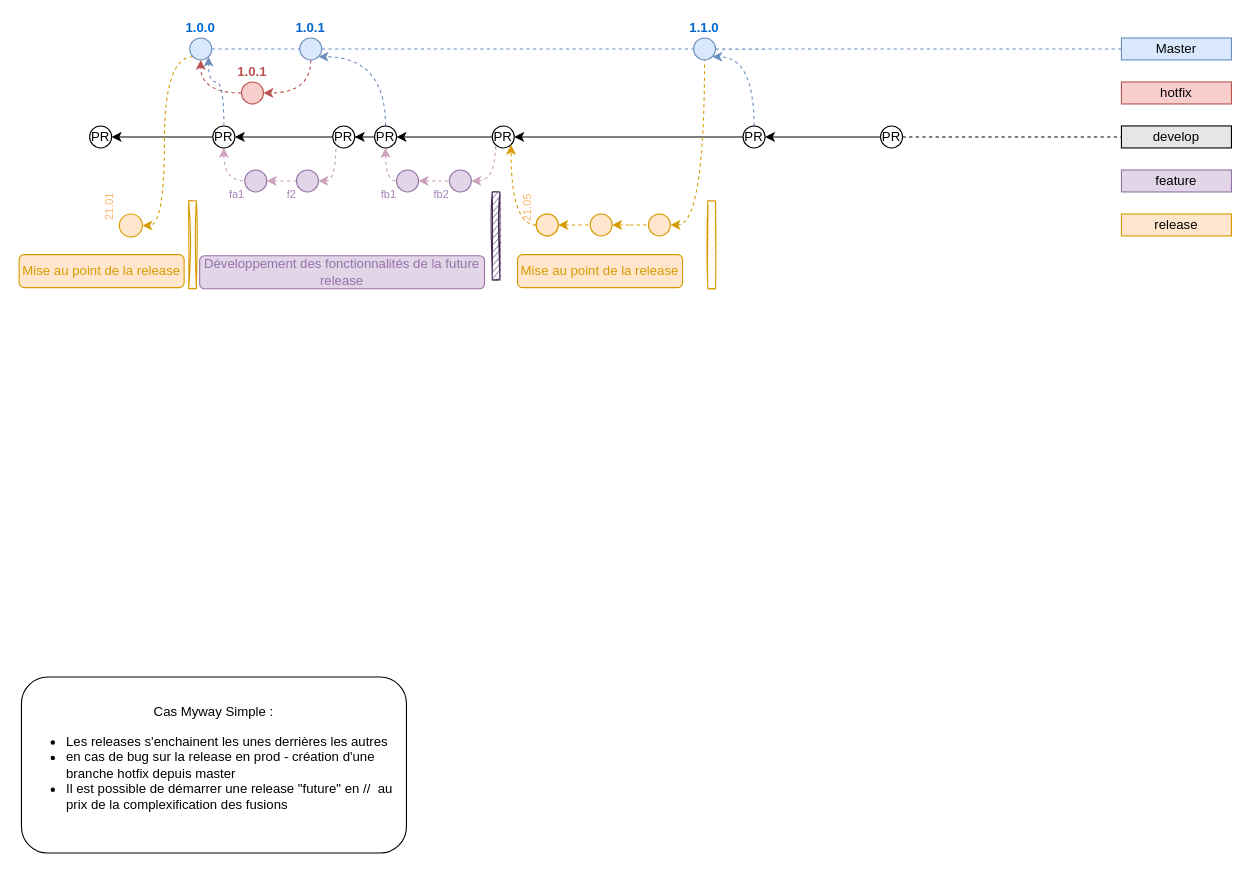
Earlier version of the draw.io diagram page "mw-roa-rel-alt-dev-mysys" (6 of 7) of Untitled Diagram.drawio (salmen/gitflowdiagram). Source tidied: cells renumbered, new cells numbered last; positions are measured from the earlier drawing's top-left corner, leaving out a move shared by most shapes. Both pictures are drawn from the tidied source at 110%, with x=0, y=0 at pixel (19, 37).
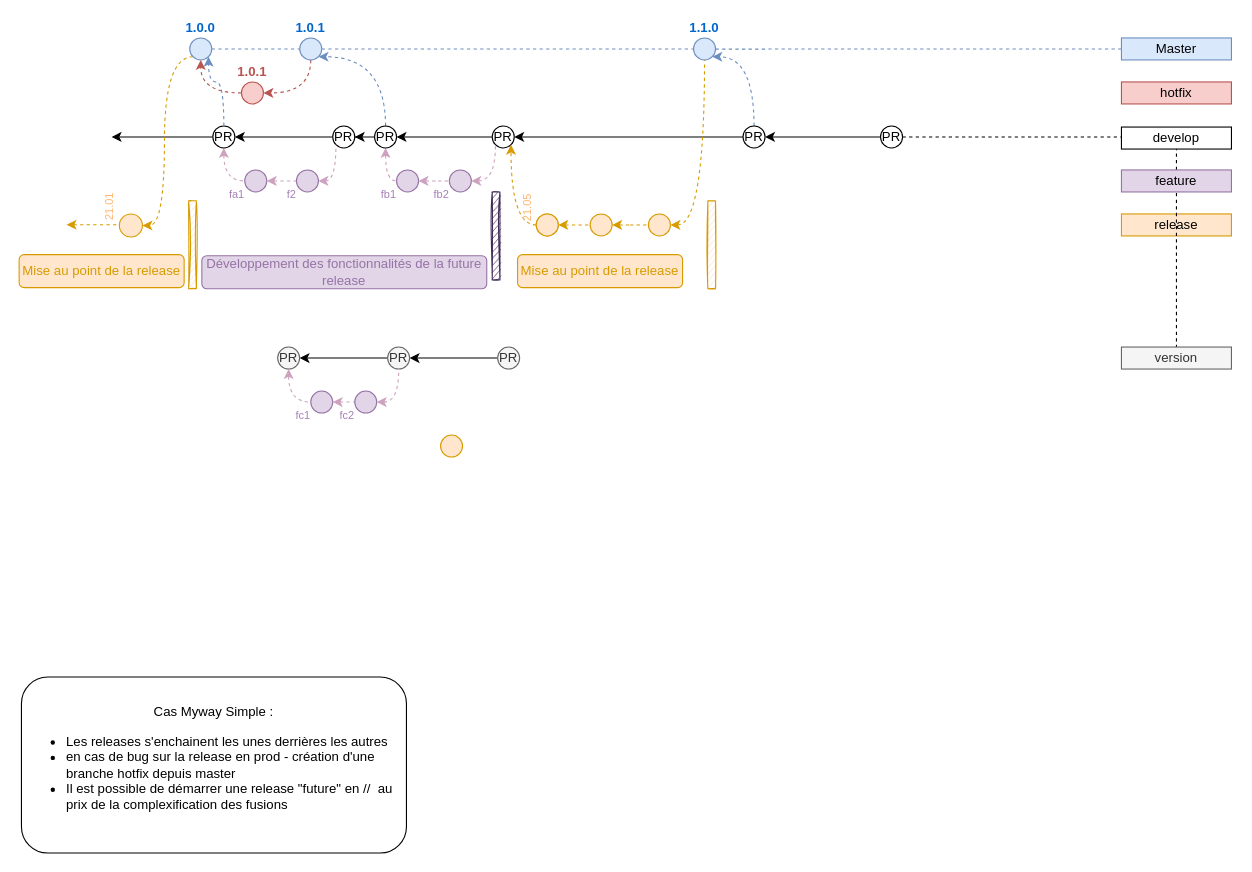
The same diagram, later.

Commit message:
debut branch mysys

Unchanged cells that the change refers to:
```xml
<mxCell id="8" value="PR" style="ellipse;whiteSpace=wrap;html=1;fillColor=#FFFFFF;" parent="1" vertex="1">
  <mxGeometry x="176" y="80" width="20" height="20" as="geometry" />
</mxCell>
```

Diff of the diagram source:
```diff
@@
-    <mxCell id="7" style="edgeStyle=orthogonalEdgeStyle;rounded=0;jettySize=auto;html=1;startArrow=none;startFill=0;endArrow=classic;endFill=1;" parent="1" edge="1" source="8" target="41">
-      <mxGeometry relative="1" as="geometry" />
+    <mxCell id="7" style="edgeStyle=orthogonalEdgeStyle;rounded=0;jettySize=auto;html=1;startArrow=none;startFill=0;endArrow=classic;endFill=1;" parent="1" edge="1" source="8">
+      <mxGeometry relative="1" as="geometry">
+        <mxPoint x="84" y="90" as="targetPoint" />
+      </mxGeometry>
     </mxCell>
@@
-    <mxCell id="19" value="develop" style="whiteSpace=wrap;html=1;fillColor=#E6E6E6;" parent="1" vertex="1">
-      <mxGeometry x="1002" y="80" width="100" height="20" as="geometry" />
+    <mxCell id="19" value="version" style="whiteSpace=wrap;html=1;fillColor=#f5f5f5;strokeColor=#666666;fontColor=#333333;" parent="1" vertex="1">
+      <mxGeometry x="1002" y="281" width="100" height="20" as="geometry" />
     </mxCell>
@@
-    <mxCell id="41" value="PR" style="ellipse;whiteSpace=wrap;html=1;fillColor=#FFFFFF;" parent="1" vertex="1">
-      <mxGeometry x="64" y="80" width="20" height="20" as="geometry" />
-    </mxCell>
@@
     <mxCell id="53" value="Développement des fonctionnalités de la future release" style="rounded=1;whiteSpace=wrap;html=1;fillColor=#e1d5e7;strokeColor=#9673a6;fontColor=#9673A6;" parent="1" vertex="1">
-      <mxGeometry x="164" y="198" width="259" height="30" as="geometry" />
+      <mxGeometry x="166" y="198" width="259" height="30" as="geometry" />
     </mxCell>
@@
+    <mxCell id="60" style="edgeStyle=orthogonalEdgeStyle;rounded=0;orthogonalLoop=1;jettySize=auto;html=1;dashed=1;startArrow=classic;startFill=1;endArrow=none;endFill=0;strokeColor=#D79B00;fontSize=10;fontColor=#A680B8;curved=1;" parent="1" edge="1">
+      <mxGeometry relative="1" as="geometry">
+        <mxPoint x="43" y="170" as="sourcePoint" />
+        <mxPoint x="91" y="169.8" as="targetPoint" />
+        <Array as="points">
+          <mxPoint x="91" y="170" />
+        </Array>
+      </mxGeometry>
+    </mxCell>
+    <mxCell id="61" style="edgeStyle=orthogonalEdgeStyle;rounded=0;jettySize=auto;html=1;startArrow=classic;startFill=1;endArrow=none;endFill=0;" parent="1" edge="1" source="63" target="65">
+      <mxGeometry relative="1" as="geometry" />
+    </mxCell>
+    <mxCell id="62" style="edgeStyle=orthogonalEdgeStyle;curved=1;rounded=0;jettySize=auto;html=1;exitX=0.5;exitY=1;exitDx=0;exitDy=0;entryX=0;entryY=0.5;entryDx=0;entryDy=0;dashed=1;startArrow=classic;startFill=1;endArrow=none;endFill=0;strokeColor=#CDA2BE;fontSize=10;fontColor=#A680B8;" parent="1" edge="1" source="63" target="68">
+      <mxGeometry relative="1" as="geometry">
+        <Array as="points">
+          <mxPoint x="245" y="331" />
+        </Array>
+      </mxGeometry>
+    </mxCell>
+    <mxCell id="63" value="PR" style="ellipse;whiteSpace=wrap;html=1;fillColor=#f5f5f5;strokeColor=#666666;fontColor=#333333;" parent="1" vertex="1">
+      <mxGeometry x="234.9" y="281" width="20" height="20" as="geometry" />
+    </mxCell>
+    <mxCell id="64" style="edgeStyle=orthogonalEdgeStyle;rounded=0;jettySize=auto;html=1;startArrow=classic;startFill=1;endArrow=none;endFill=0;" parent="1" edge="1" source="65" target="71">
+      <mxGeometry relative="1" as="geometry" />
+    </mxCell>
+    <mxCell id="65" value="PR" style="ellipse;whiteSpace=wrap;html=1;fillColor=#f5f5f5;strokeColor=#666666;fontColor=#333333;" parent="1" vertex="1">
+      <mxGeometry x="334.9" y="281" width="20" height="20" as="geometry" />
+    </mxCell>
+    <mxCell id="66" value="develop" style="whiteSpace=wrap;html=1;" parent="1" vertex="1">
+      <mxGeometry x="1002" y="81" width="100" height="20" as="geometry" />
+    </mxCell>
+    <mxCell id="67" style="edgeStyle=orthogonalEdgeStyle;rounded=0;jettySize=auto;html=1;dashed=1;startArrow=classic;startFill=1;endArrow=none;endFill=0;strokeColor=#CDA2BE;fontSize=10;fontColor=#A680B8;entryX=0;entryY=0.5;entryDx=0;entryDy=0;" parent="1" edge="1" source="68" target="70">
+      <mxGeometry relative="1" as="geometry">
+        <Array as="points">
+          <mxPoint x="305" y="331" />
+          <mxPoint x="305" y="331" />
+        </Array>
+      </mxGeometry>
+    </mxCell>
+    <mxCell id="68" value="&lt;div style=&quot;text-align: justify&quot;&gt;&lt;span&gt;fc1&lt;/span&gt;&lt;/div&gt;" style="ellipse;whiteSpace=wrap;html=1;fontSize=10;fillColor=#e1d5e7;strokeColor=#9673a6;verticalAlign=top;labelPosition=left;verticalLabelPosition=bottom;align=right;horizontal=1;fontColor=#A680B8;spacing=0;spacingBottom=2;spacingLeft=0;spacingTop=-8;" parent="1" vertex="1">
+      <mxGeometry x="265" y="321" width="20" height="20" as="geometry" />
+    </mxCell>
+    <mxCell id="69" style="edgeStyle=orthogonalEdgeStyle;rounded=0;jettySize=auto;html=1;entryX=0.5;entryY=1;entryDx=0;entryDy=0;dashed=1;startArrow=classic;startFill=1;endArrow=none;endFill=0;strokeColor=#CDA2BE;fontSize=10;fontColor=#A680B8;curved=1;" parent="1" edge="1" source="70" target="65">
+      <mxGeometry relative="1" as="geometry" />
+    </mxCell>
+    <mxCell id="70" value="&lt;div style=&quot;text-align: justify&quot;&gt;&lt;span&gt;fc2&lt;/span&gt;&lt;/div&gt;" style="ellipse;whiteSpace=wrap;html=1;fontSize=10;fillColor=#e1d5e7;strokeColor=#9673a6;verticalAlign=top;labelPosition=left;verticalLabelPosition=bottom;align=right;horizontal=1;fontColor=#A680B8;spacing=0;spacingBottom=2;spacingLeft=0;spacingTop=-8;" parent="1" vertex="1">
+      <mxGeometry x="305" y="321" width="20" height="20" as="geometry" />
+    </mxCell>
+    <mxCell id="71" value="PR" style="ellipse;whiteSpace=wrap;html=1;fillColor=#f5f5f5;strokeColor=#666666;fontColor=#333333;" parent="1" vertex="1">
+      <mxGeometry x="434.9" y="281" width="20" height="20" as="geometry" />
+    </mxCell>
+    <mxCell id="72" value="&lt;br&gt;" style="ellipse;whiteSpace=wrap;html=1;fontSize=10;labelPosition=left;verticalLabelPosition=bottom;align=right;verticalAlign=top;fillColor=#ffe6cc;strokeColor=#d79b00;fontColor=#FFB570;horizontal=0;" parent="1" vertex="1">
+      <mxGeometry x="383" y="361" width="20" height="20" as="geometry" />
+    </mxCell>
```
